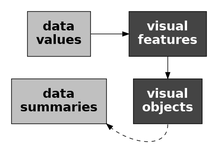
Before: Diagrams/data-vis-obj.png, a diagram exported from Graphviz (pmur002/hdvw). Its source is kept beside it as Diagrams/data-vis-obj.dot.
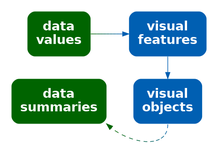
Later version of the same file.

Change to the diagram source:
```diff
@@ -1,15 +1,15 @@
 digraph {
   graph [ rankdir=LR; margin=.2; nodesep=.5 ];
   node [ fontsize=20; fontname="sans bold"; margin=.2 ];
-  data [ label="data\nvalues"; shape=box; style=filled; fillcolor=gray ]
-  stat [ label="data\nsummaries"; shape=box; style=filled; fillcolor=gray ]
+  data [ label="data\nvalues"; shape=box; style="filled, rounded"; penwidth=0; fontcolor=white; fillcolor="#006400" ]
+  stat [ label="data\nsummaries"; shape=box; style="filled, rounded"; penwidth=0; fontcolor=white; fillcolor="#006400" ]
   vis [ label="visual\nfeatures"; shape=box;
-        style=filled; fillcolor="#444444"; fontcolor=white ]
+     style="filled, rounded"; penwidth=0; fontcolor=white; fillcolor="#005FB2" ]
   obj [ label="visual\nobjects"; shape=box;
-        style=filled; fillcolor="#444444"; fontcolor=white ]
-  data -> vis
-  vis -> obj
-  obj:s -> stat:se [ style="dashed" ]
+     style="filled, rounded"; penwidth=0; fontcolor=white; fillcolor="#005FB2" ]
+  data -> vis [ color="#006400;0.1:#006314;0.1:#006328;0.1:#00623B;0.1:#00624F;0.1:#006163;0.1:#006177;0.1:#00608A;0.1:#00609E;0.1:#005FB2;0.1" ]
+  vis -> obj [ color="#005FB2" ]
+  obj:s -> stat:se [ style="dashed", color="#005FB2;0.1:#00609E;0.1:#00608A;0.1:#006177;0.1:#006163;0.1:#00624F;0.1:#00623B;0.1:#006328;0.1:#006314;0.1:#006400;0.1" ]
 { rank=same; data, stat }
 { rank=same; vis, obj }
 }
```
